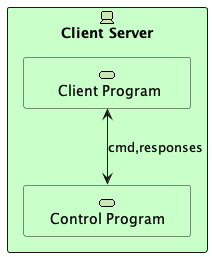
Before: thesis/part/Proyecto_ejecutivo/memoria_descriptiva/descripcionDelProyecto/control/uml/controlConcept.png, a diagram exported from PlantUML (Enrikerf/pfm).
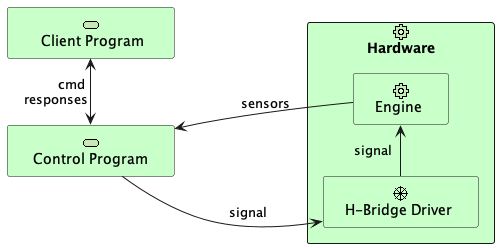
After the change.

What changed in the source:
```diff
@@ -1,11 +1,16 @@
 @startuml
 
+left to right direction
 
-
-rectangle "Client Server"  as SERVER <<$archimate/technology-device>> #Technology {
    archimate #Technology "      Client Program     " as clientServer <<technology-service>>
    archimate #Technology "    Control Program    " as controlProgram <<technology-service>>
-}
+   rectangle "Hardware"  as SERVER <<$archimate/physical-equipment>> #Technology {
+       archimate #Technology "   Engine    " as engine <<physical-equipment>>
+       archimate #Technology "   H-Bridge Driver    " as hbridgedriver <<driver>>
+   }
 
-clientServer <--> controlProgram : "cmd,responses"
+clientServer <-> controlProgram : "cmd\nresponses        "
+controlProgram <- engine : "\n\n\n\n\n         sensors"
+engine <- hbridgedriver : "signal        "
+controlProgram --> hbridgedriver : "\n\n\n\n\nsignal"
 @enduml
```
